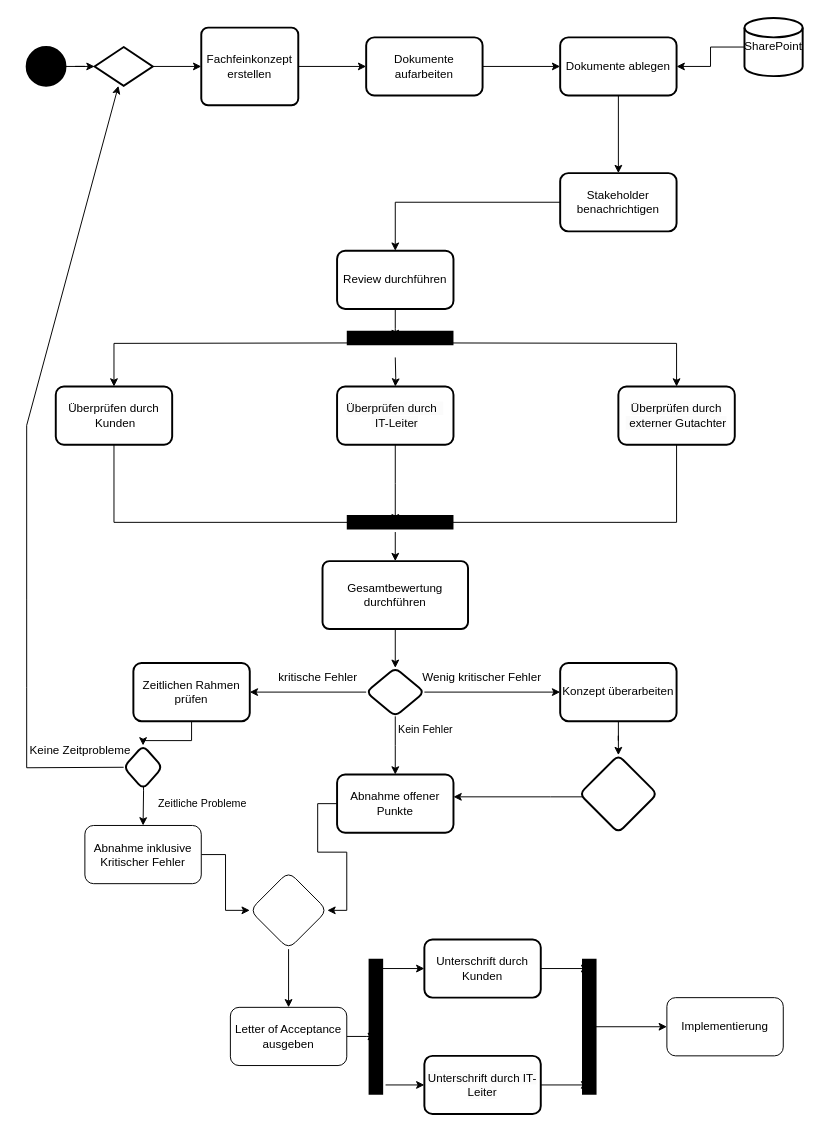
Earlier version of the draw.io diagram ü2.drawio (dhefel2s/Hbrs). Source tidied: cells renumbered, new cells numbered last; positions are measured from the earlier drawing's top-left corner, leaving out a move shared by most shapes. Both pictures are drawn from the tidied source at 97%, with x=0, y=0 at pixel (16, 17).
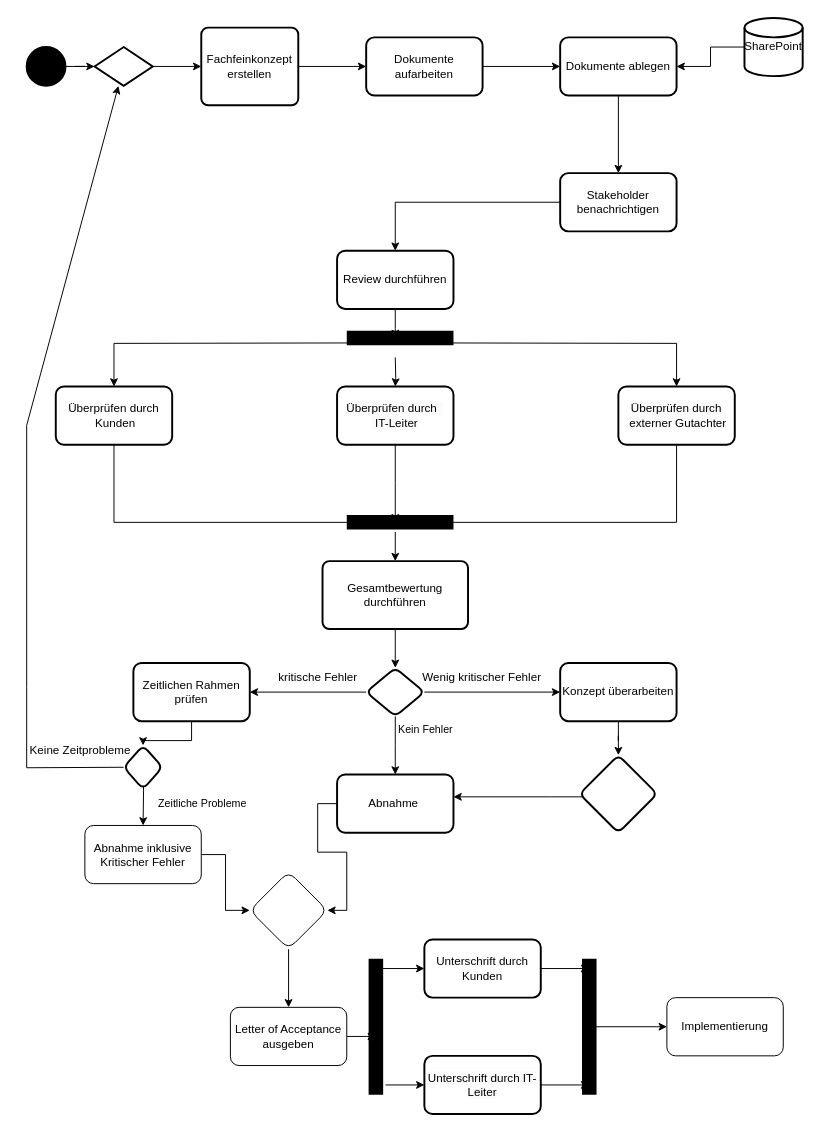
The same page after the edit.

The edit, as a diff of the source:
```diff
@@
-    <mxCell id="44" value="Abnahme offener Punkte" style="whiteSpace=wrap;html=1;rounded=1;arcSize=14;strokeWidth=2;" parent="1" vertex="1">
+    <mxCell id="44" value="Abnahme&amp;nbsp;" style="whiteSpace=wrap;html=1;rounded=1;arcSize=14;strokeWidth=2;" parent="1" vertex="1">
       <mxGeometry x="330" y="780" width="120" height="60" as="geometry" />
     </mxCell>
```
